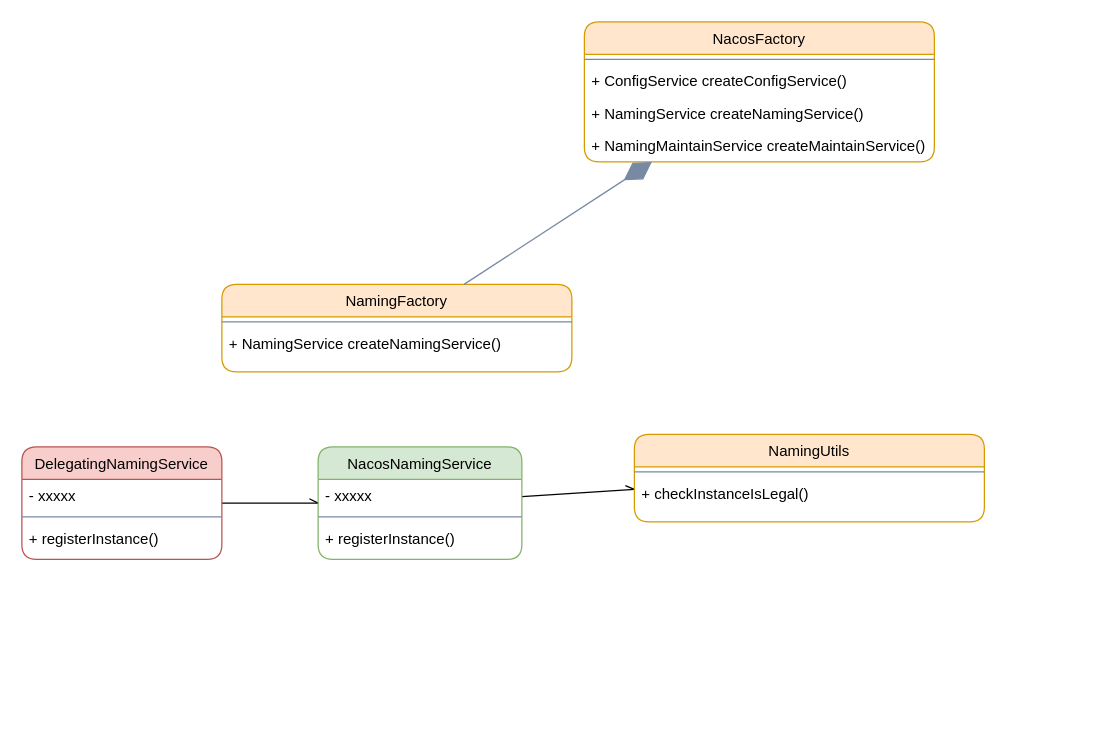
Before: page "naming临时类记录" (3 of 4) of diagrams.net/Nacos架构梳理.drawio in ZhengweiHou/simplegit, a draw.io diagram. Source tidied: cells renumbered, new cells numbered last; positions are measured from the earlier drawing's top-left corner, leaving out a move shared by most shapes. Both pictures are drawn from the tidied source at 125%, with x=0, y=0 at pixel (21, 21).
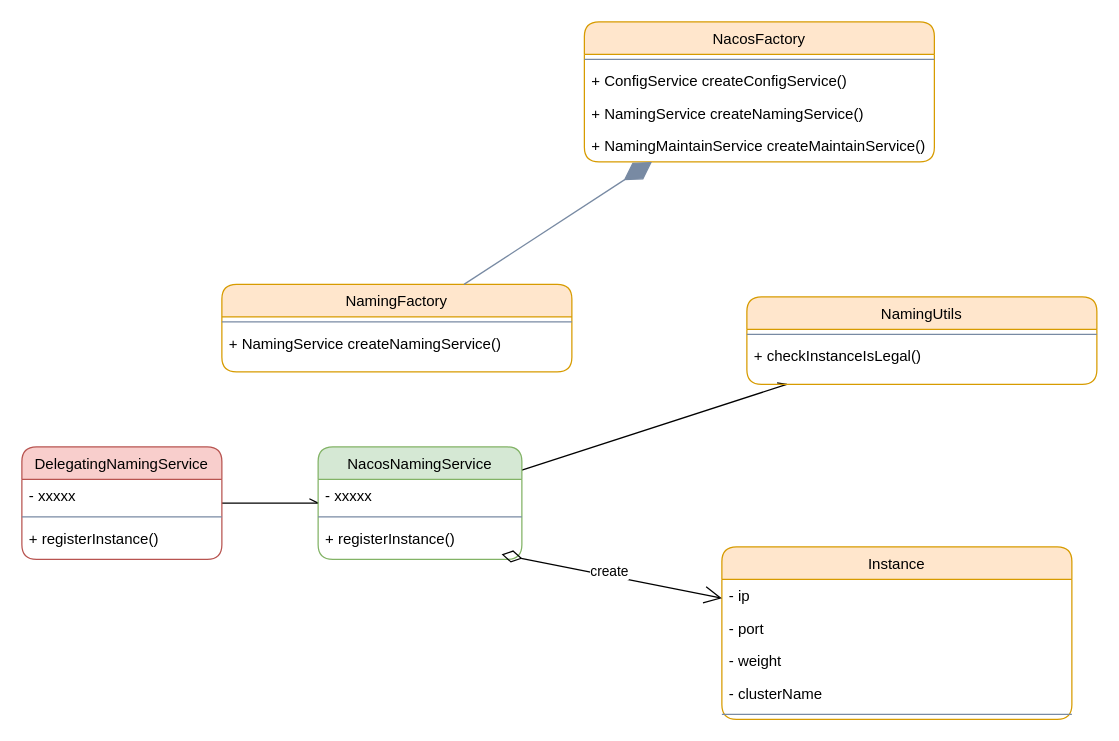
Above is the later version.

Unchanged cells that the change refers to:
```xml
<mxCell id="20" value="+ registerInstance()" style="text;strokeColor=none;fillColor=none;align=left;verticalAlign=top;spacingLeft=4;spacingRight=4;overflow=hidden;points=[[0,0.5],[1,0.5]];portConstraint=eastwest;fontColor=#000000;fontFamily=Helvetica;rounded=1;sketch=0;fontStyle=0;" parent="17" vertex="1">
  <mxGeometry y="60" width="163" height="26" as="geometry" />
</mxCell>
```

Diff of the diagram source:
```diff
@@
     <mxCell id="21" value="NamingUtils" style="swimlane;fontStyle=0;align=center;verticalAlign=top;horizontal=1;startSize=26;shadow=0;strokeWidth=1;fillColor=#ffe6cc;strokeColor=#d79b00;fontFamily=Helvetica;fontColor=#000000;rounded=1;sketch=0;" parent="1" vertex="1">
-      <mxGeometry x="490" y="330" width="280" height="70" as="geometry" />
+      <mxGeometry x="580" y="220" width="280" height="70" as="geometry" />
     </mxCell>
@@
+    <mxCell id="24" value="Instance" style="swimlane;fontStyle=0;align=center;verticalAlign=top;horizontal=1;startSize=26;shadow=0;strokeWidth=1;fillColor=#ffe6cc;strokeColor=#d79b00;fontFamily=Helvetica;fontColor=#000000;rounded=1;sketch=0;" parent="1" vertex="1">
+      <mxGeometry x="560" y="420" width="280" height="138" as="geometry" />
+    </mxCell>
+    <mxCell id="25" value="- ip" style="text;strokeColor=none;fillColor=none;align=left;verticalAlign=top;spacingLeft=4;spacingRight=4;overflow=hidden;fontColor=#000000;fontFamily=Helvetica;rounded=1;sketch=0;fontStyle=0;" parent="24" vertex="1">
+      <mxGeometry y="26" width="280" height="26" as="geometry" />
+    </mxCell>
+    <mxCell id="26" value="- port" style="text;strokeColor=none;fillColor=none;align=left;verticalAlign=top;spacingLeft=4;spacingRight=4;overflow=hidden;fontColor=#000000;fontFamily=Helvetica;rounded=1;sketch=0;fontStyle=0;" parent="24" vertex="1">
+      <mxGeometry y="52" width="280" height="26" as="geometry" />
+    </mxCell>
+    <mxCell id="27" value="- weight" style="text;strokeColor=none;fillColor=none;align=left;verticalAlign=top;spacingLeft=4;spacingRight=4;overflow=hidden;fontColor=#000000;fontFamily=Helvetica;rounded=1;sketch=0;fontStyle=0;" parent="24" vertex="1">
+      <mxGeometry y="78" width="280" height="26" as="geometry" />
+    </mxCell>
+    <mxCell id="28" value="- clusterName" style="text;strokeColor=none;fillColor=none;align=left;verticalAlign=top;spacingLeft=4;spacingRight=4;overflow=hidden;fontColor=#000000;fontFamily=Helvetica;rounded=1;sketch=0;fontStyle=0;" parent="24" vertex="1">
+      <mxGeometry y="104" width="280" height="26" as="geometry" />
+    </mxCell>
+    <mxCell id="29" style="line;strokeWidth=1;fillColor=none;align=left;verticalAlign=middle;spacingTop=-1;spacingLeft=3;spacingRight=3;labelPosition=right;fontColor=#000000;fontFamily=Helvetica;strokeColor=#788AA3;rounded=1;sketch=0;fontStyle=0;" parent="24" vertex="1">
+      <mxGeometry y="130" width="280" height="8" as="geometry" />
+    </mxCell>
+    <mxCell id="30" value="create" style="endArrow=open;html=1;endSize=12;startArrow=diamondThin;startSize=14;startFill=0;align=center;verticalAlign=middle;rounded=0;" parent="1" edge="1" source="20" target="24">
+      <mxGeometry x="-0.03" y="3" relative="1" as="geometry" />
+    </mxCell>
```
